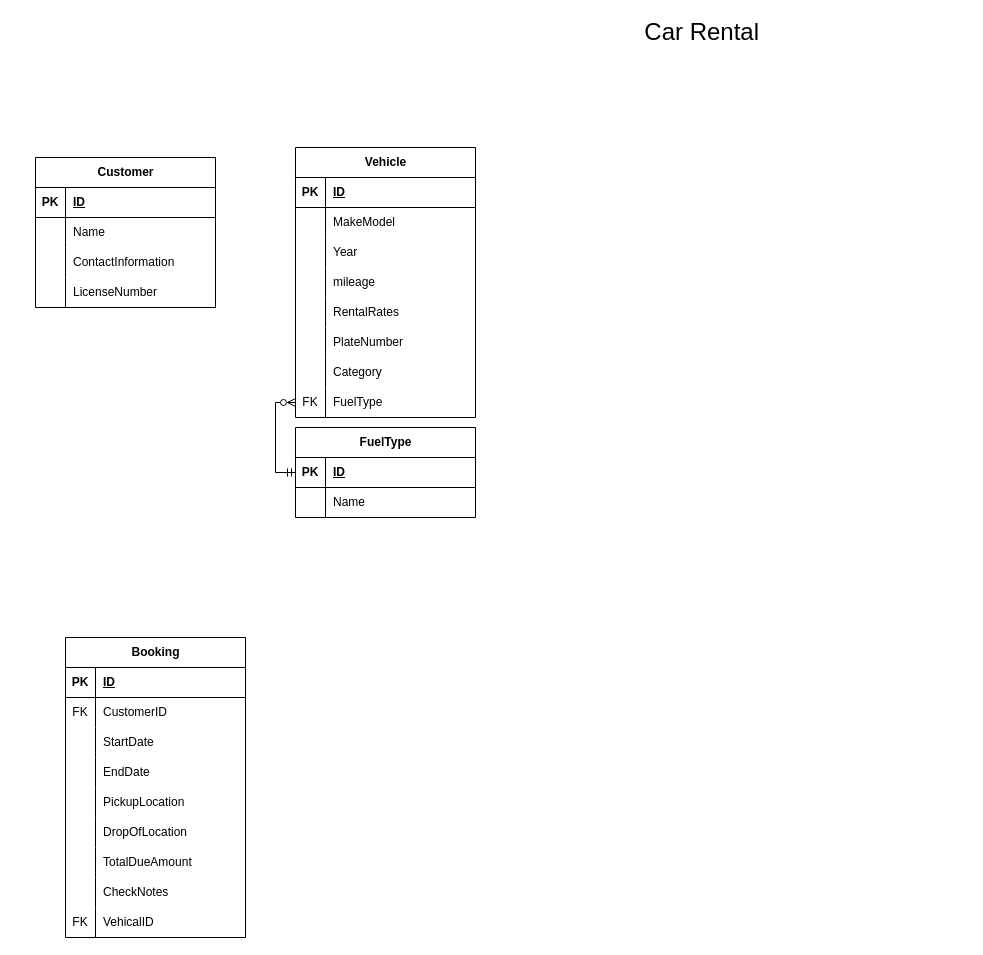
Before: Car Rental.drawio in Dawood-Al-kharazy/database-design, a draw.io diagram. Source tidied: cells renumbered, new cells numbered last; positions are measured from the earlier drawing's top-left corner, leaving out a move shared by most shapes. Both pictures are drawn from the tidied source at 100%, with x=0, y=0 at pixel (35, 17).
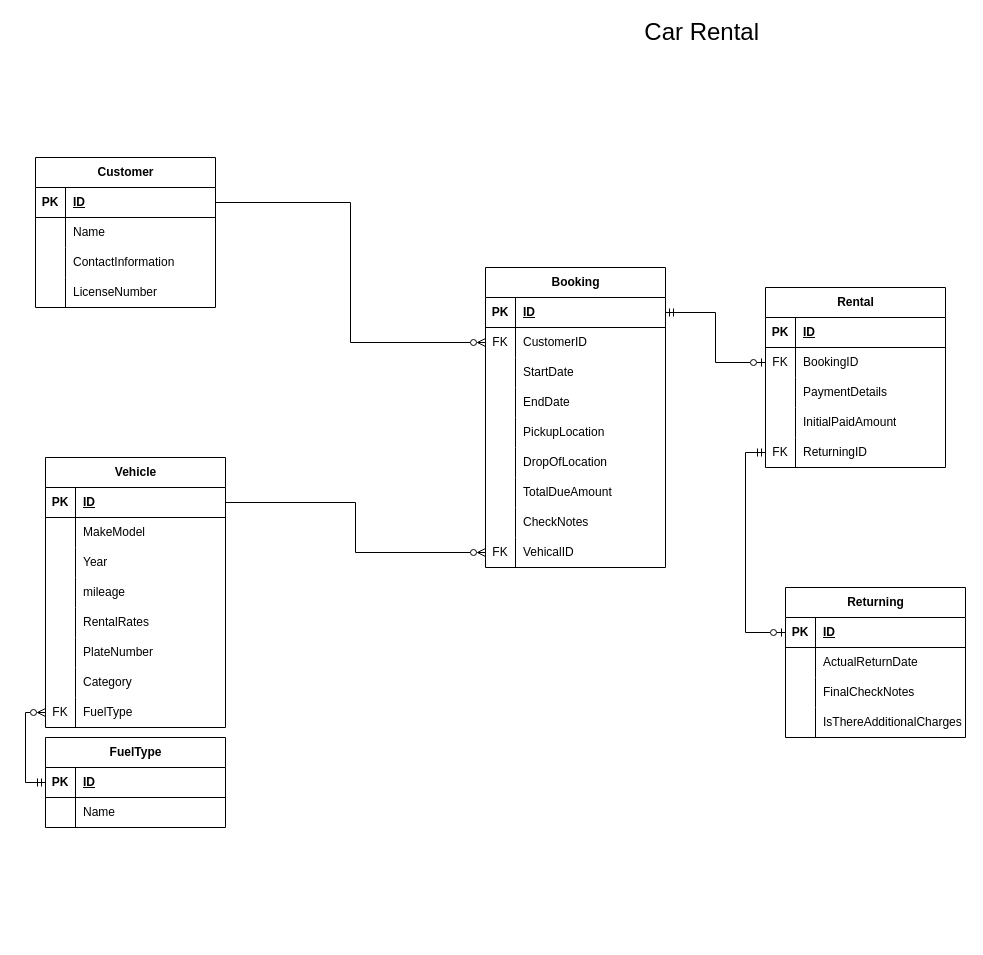
The same page after the edit.

Unchanged cells that the change refers to:
```xml
<mxCell id="4" style="shape=tableRow;horizontal=0;startSize=0;swimlaneHead=0;swimlaneBody=0;fillColor=none;points=[[0,0.5],[1,0.5]];portConstraint=eastwest;top=0;left=0;right=0;bottom=1;" parent="3" vertex="1">
  <mxGeometry y="30" width="180" height="30" as="geometry" />
</mxCell>
<mxCell id="17" style="shape=tableRow;horizontal=0;startSize=0;swimlaneHead=0;swimlaneBody=0;fillColor=none;points=[[0,0.5],[1,0.5]];portConstraint=eastwest;top=0;left=0;right=0;bottom=1;" parent="16" vertex="1">
  <mxGeometry y="30" width="180" height="30" as="geometry" />
</mxCell>
<mxCell id="50" style="shape=tableRow;horizontal=0;startSize=0;swimlaneHead=0;swimlaneBody=0;fillColor=none;points=[[0,0.5],[1,0.5]];portConstraint=eastwest;top=0;left=0;right=0;bottom=1;" parent="49" vertex="1">
  <mxGeometry y="30" width="180" height="30" as="geometry" />
</mxCell>
<mxCell id="53" style="shape=tableRow;horizontal=0;startSize=0;swimlaneHead=0;swimlaneBody=0;fillColor=none;points=[[0,0.5],[1,0.5]];portConstraint=eastwest;top=0;left=0;right=0;bottom=0;" parent="49" vertex="1">
  <mxGeometry y="60" width="180" height="30" as="geometry" />
</mxCell>
<mxCell id="74" style="shape=tableRow;horizontal=0;startSize=0;swimlaneHead=0;swimlaneBody=0;fillColor=none;points=[[0,0.5],[1,0.5]];portConstraint=eastwest;top=0;left=0;right=0;bottom=0;" parent="49" vertex="1">
  <mxGeometry y="270" width="180" height="30" as="geometry" />
</mxCell>
```

The edit, as a diff of the source:
```diff
@@
     <mxCell id="16" value="Vehicle" style="shape=table;startSize=30;childLayout=tableLayout;rowLines=0;fontStyle=1;align=center;html=1;" parent="1" vertex="1">
-      <mxGeometry x="260" y="130" width="180" height="270" as="geometry" />
+      <mxGeometry x="10" y="440" width="180" height="270" as="geometry" />
     </mxCell>
@@
     <mxCell id="41" value="FuelType" style="shape=table;startSize=30;childLayout=tableLayout;rowLines=0;fontStyle=1;align=center;html=1;" parent="1" vertex="1">
-      <mxGeometry x="260" y="410" width="180" height="90" as="geometry" />
+      <mxGeometry x="10" y="720" width="180" height="90" as="geometry" />
     </mxCell>
@@
     <mxCell id="49" value="Booking" style="shape=table;startSize=30;childLayout=tableLayout;rowLines=0;fontStyle=1;align=center;html=1;" parent="1" vertex="1">
-      <mxGeometry x="30" y="620" width="180" height="300" as="geometry" />
+      <mxGeometry x="450" y="250" width="180" height="300" as="geometry" />
     </mxCell>
@@
+    <mxCell id="77" style="edgeStyle=orthogonalEdgeStyle;rounded=0;jettySize=auto;html=1;exitX=1;exitY=0.5;exitDx=0;exitDy=0;entryX=0;entryY=0.5;entryDx=0;entryDy=0;endArrow=ERzeroToMany;endFill=0;" parent="1" edge="1" source="4" target="53">
+      <mxGeometry relative="1" as="geometry" />
+    </mxCell>
+    <mxCell id="78" style="edgeStyle=orthogonalEdgeStyle;rounded=0;jettySize=auto;html=1;exitX=1;exitY=0.5;exitDx=0;exitDy=0;entryX=0;entryY=0.5;entryDx=0;entryDy=0;endArrow=ERzeroToMany;endFill=0;" parent="1" edge="1" source="17" target="74">
+      <mxGeometry relative="1" as="geometry" />
+    </mxCell>
+    <mxCell id="79" value="Rental" style="shape=table;startSize=30;childLayout=tableLayout;rowLines=0;fontStyle=1;align=center;html=1;" parent="1" vertex="1">
+      <mxGeometry x="730" y="270" width="180" height="180" as="geometry" />
+    </mxCell>
+    <mxCell id="80" style="shape=tableRow;horizontal=0;startSize=0;swimlaneHead=0;swimlaneBody=0;fillColor=none;top=0;left=0;right=0;bottom=1;" parent="79" vertex="1">
+      <mxGeometry y="30" width="180" height="30" as="geometry" />
+    </mxCell>
+    <mxCell id="81" value="PK" style="shape=partialRectangle;fillColor=none;top=0;left=0;bottom=0;right=0;fontStyle=1;overflow=hidden;whiteSpace=wrap;html=1;" parent="80" vertex="1">
+      <mxGeometry width="30" height="30" as="geometry" />
+    </mxCell>
+    <mxCell id="82" value="ID" style="shape=partialRectangle;fillColor=none;top=0;left=0;bottom=0;right=0;align=left;spacingLeft=6;fontStyle=5;overflow=hidden;whiteSpace=wrap;html=1;" parent="80" vertex="1">
+      <mxGeometry x="30" width="150" height="30" as="geometry" />
+    </mxCell>
+    <mxCell id="83" style="shape=tableRow;horizontal=0;startSize=0;swimlaneHead=0;swimlaneBody=0;fillColor=none;points=[[0,0.5],[1,0.5]];portConstraint=eastwest;top=0;left=0;right=0;bottom=0;" parent="79" vertex="1">
+      <mxGeometry y="60" width="180" height="30" as="geometry" />
+    </mxCell>
+    <mxCell id="84" value="FK" style="shape=partialRectangle;fillColor=none;top=0;left=0;bottom=0;right=0;fontStyle=0;overflow=hidden;whiteSpace=wrap;html=1;" parent="83" vertex="1">
+      <mxGeometry width="30" height="30" as="geometry" />
+    </mxCell>
+    <mxCell id="85" value="BookingID" style="shape=partialRectangle;fillColor=none;top=0;left=0;bottom=0;right=0;align=left;spacingLeft=6;fontStyle=0;overflow=hidden;whiteSpace=wrap;html=1;" parent="83" vertex="1">
+      <mxGeometry x="30" width="150" height="30" as="geometry" />
+    </mxCell>
+    <mxCell id="86" style="shape=tableRow;horizontal=0;startSize=0;swimlaneHead=0;swimlaneBody=0;fillColor=none;top=0;left=0;right=0;bottom=0;" parent="79" vertex="1">
+      <mxGeometry y="90" width="180" height="30" as="geometry" />
+    </mxCell>
+    <mxCell id="87" style="shape=partialRectangle;fillColor=none;top=0;left=0;bottom=0;right=0;overflow=hidden;whiteSpace=wrap;html=1;" parent="86" vertex="1">
+      <mxGeometry width="30" height="30" as="geometry" />
+    </mxCell>
+    <mxCell id="88" value="PaymentDetails" style="shape=partialRectangle;fillColor=none;top=0;left=0;bottom=0;right=0;align=left;spacingLeft=6;overflow=hidden;whiteSpace=wrap;html=1;" parent="86" vertex="1">
+      <mxGeometry x="30" width="150" height="30" as="geometry" />
+    </mxCell>
+    <mxCell id="89" style="shape=tableRow;horizontal=0;startSize=0;swimlaneHead=0;swimlaneBody=0;fillColor=none;top=0;left=0;right=0;bottom=0;" parent="79" vertex="1">
+      <mxGeometry y="120" width="180" height="30" as="geometry" />
+    </mxCell>
+    <mxCell id="90" style="shape=partialRectangle;fillColor=none;top=0;left=0;bottom=0;right=0;overflow=hidden;whiteSpace=wrap;html=1;" parent="89" vertex="1">
+      <mxGeometry width="30" height="30" as="geometry" />
+    </mxCell>
+    <mxCell id="91" value="InitialPaidAmount" style="shape=partialRectangle;fillColor=none;top=0;left=0;bottom=0;right=0;align=left;spacingLeft=6;overflow=hidden;whiteSpace=wrap;html=1;" parent="89" vertex="1">
+      <mxGeometry x="30" width="150" height="30" as="geometry" />
+    </mxCell>
+    <mxCell id="92" style="shape=tableRow;horizontal=0;startSize=0;swimlaneHead=0;swimlaneBody=0;fillColor=none;points=[[0,0.5],[1,0.5]];portConstraint=eastwest;top=0;left=0;right=0;bottom=0;" parent="79" vertex="1">
+      <mxGeometry y="150" width="180" height="30" as="geometry" />
+    </mxCell>
+    <mxCell id="93" value="FK" style="shape=partialRectangle;fillColor=none;top=0;left=0;bottom=0;right=0;fontStyle=0;overflow=hidden;whiteSpace=wrap;html=1;" parent="92" vertex="1">
+      <mxGeometry width="30" height="30" as="geometry" />
+    </mxCell>
+    <mxCell id="94" value="ReturningID" style="shape=partialRectangle;fillColor=none;top=0;left=0;bottom=0;right=0;align=left;spacingLeft=6;fontStyle=0;overflow=hidden;whiteSpace=wrap;html=1;" parent="92" vertex="1">
+      <mxGeometry x="30" width="150" height="30" as="geometry" />
+    </mxCell>
+    <mxCell id="95" style="edgeStyle=orthogonalEdgeStyle;rounded=0;jettySize=auto;html=1;exitX=1;exitY=0.5;exitDx=0;exitDy=0;endArrow=ERzeroToOne;endFill=0;startArrow=ERmandOne;startFill=0;" parent="1" edge="1" source="50" target="83">
+      <mxGeometry relative="1" as="geometry" />
+    </mxCell>
+    <mxCell id="96" value="Returning" style="shape=table;startSize=30;childLayout=tableLayout;rowLines=0;fontStyle=1;align=center;html=1;" parent="1" vertex="1">
+      <mxGeometry x="750" y="570" width="180" height="150" as="geometry" />
+    </mxCell>
+    <mxCell id="97" style="shape=tableRow;horizontal=0;startSize=0;swimlaneHead=0;swimlaneBody=0;fillColor=none;points=[[0,0.5],[1,0.5]];portConstraint=eastwest;top=0;left=0;right=0;bottom=1;" parent="96" vertex="1">
+      <mxGeometry y="30" width="180" height="30" as="geometry" />
+    </mxCell>
+    <mxCell id="98" value="PK" style="shape=partialRectangle;fillColor=none;top=0;left=0;bottom=0;right=0;fontStyle=1;overflow=hidden;whiteSpace=wrap;html=1;" parent="97" vertex="1">
+      <mxGeometry width="30" height="30" as="geometry" />
+    </mxCell>
+    <mxCell id="99" value="ID" style="shape=partialRectangle;fillColor=none;top=0;left=0;bottom=0;right=0;align=left;spacingLeft=6;fontStyle=5;overflow=hidden;whiteSpace=wrap;html=1;" parent="97" vertex="1">
+      <mxGeometry x="30" width="150" height="30" as="geometry" />
+    </mxCell>
+    <mxCell id="100" style="shape=tableRow;horizontal=0;startSize=0;swimlaneHead=0;swimlaneBody=0;fillColor=none;top=0;left=0;right=0;bottom=0;" parent="96" vertex="1">
+      <mxGeometry y="60" width="180" height="30" as="geometry" />
+    </mxCell>
+    <mxCell id="101" style="shape=partialRectangle;fillColor=none;top=0;left=0;bottom=0;right=0;overflow=hidden;whiteSpace=wrap;html=1;" parent="100" vertex="1">
+      <mxGeometry width="30" height="30" as="geometry" />
+    </mxCell>
+    <mxCell id="102" value="ActualReturnDate" style="shape=partialRectangle;fillColor=none;top=0;left=0;bottom=0;right=0;align=left;spacingLeft=6;overflow=hidden;whiteSpace=wrap;html=1;" parent="100" vertex="1">
+      <mxGeometry x="30" width="150" height="30" as="geometry" />
+    </mxCell>
+    <mxCell id="103" style="shape=tableRow;horizontal=0;startSize=0;swimlaneHead=0;swimlaneBody=0;fillColor=none;top=0;left=0;right=0;bottom=0;" parent="96" vertex="1">
+      <mxGeometry y="90" width="180" height="30" as="geometry" />
+    </mxCell>
+    <mxCell id="104" style="shape=partialRectangle;fillColor=none;top=0;left=0;bottom=0;right=0;overflow=hidden;whiteSpace=wrap;html=1;" parent="103" vertex="1">
+      <mxGeometry width="30" height="30" as="geometry" />
+    </mxCell>
+    <mxCell id="105" value="FinalCheckNotes" style="shape=partialRectangle;fillColor=none;top=0;left=0;bottom=0;right=0;align=left;spacingLeft=6;overflow=hidden;whiteSpace=wrap;html=1;" parent="103" vertex="1">
+      <mxGeometry x="30" width="150" height="30" as="geometry" />
+    </mxCell>
+    <mxCell id="106" style="shape=tableRow;horizontal=0;startSize=0;swimlaneHead=0;swimlaneBody=0;fillColor=none;top=0;left=0;right=0;bottom=0;" parent="96" vertex="1">
+      <mxGeometry y="120" width="180" height="30" as="geometry" />
+    </mxCell>
+    <mxCell id="107" style="shape=partialRectangle;fillColor=none;top=0;left=0;bottom=0;right=0;overflow=hidden;whiteSpace=wrap;html=1;" parent="106" vertex="1">
+      <mxGeometry width="30" height="30" as="geometry" />
+    </mxCell>
+    <mxCell id="108" value="IsThereAdditionalCharges" style="shape=partialRectangle;fillColor=none;top=0;left=0;bottom=0;right=0;align=left;spacingLeft=6;overflow=hidden;whiteSpace=wrap;html=1;" parent="106" vertex="1">
+      <mxGeometry x="30" width="150" height="30" as="geometry" />
+    </mxCell>
+    <mxCell id="109" style="edgeStyle=orthogonalEdgeStyle;rounded=0;jettySize=auto;html=1;exitX=0;exitY=0.5;exitDx=0;exitDy=0;entryX=0;entryY=0.5;entryDx=0;entryDy=0;endArrow=ERzeroToOne;endFill=0;startArrow=ERmandOne;startFill=0;" parent="1" edge="1" source="92" target="97">
+      <mxGeometry relative="1" as="geometry" />
+    </mxCell>
```
